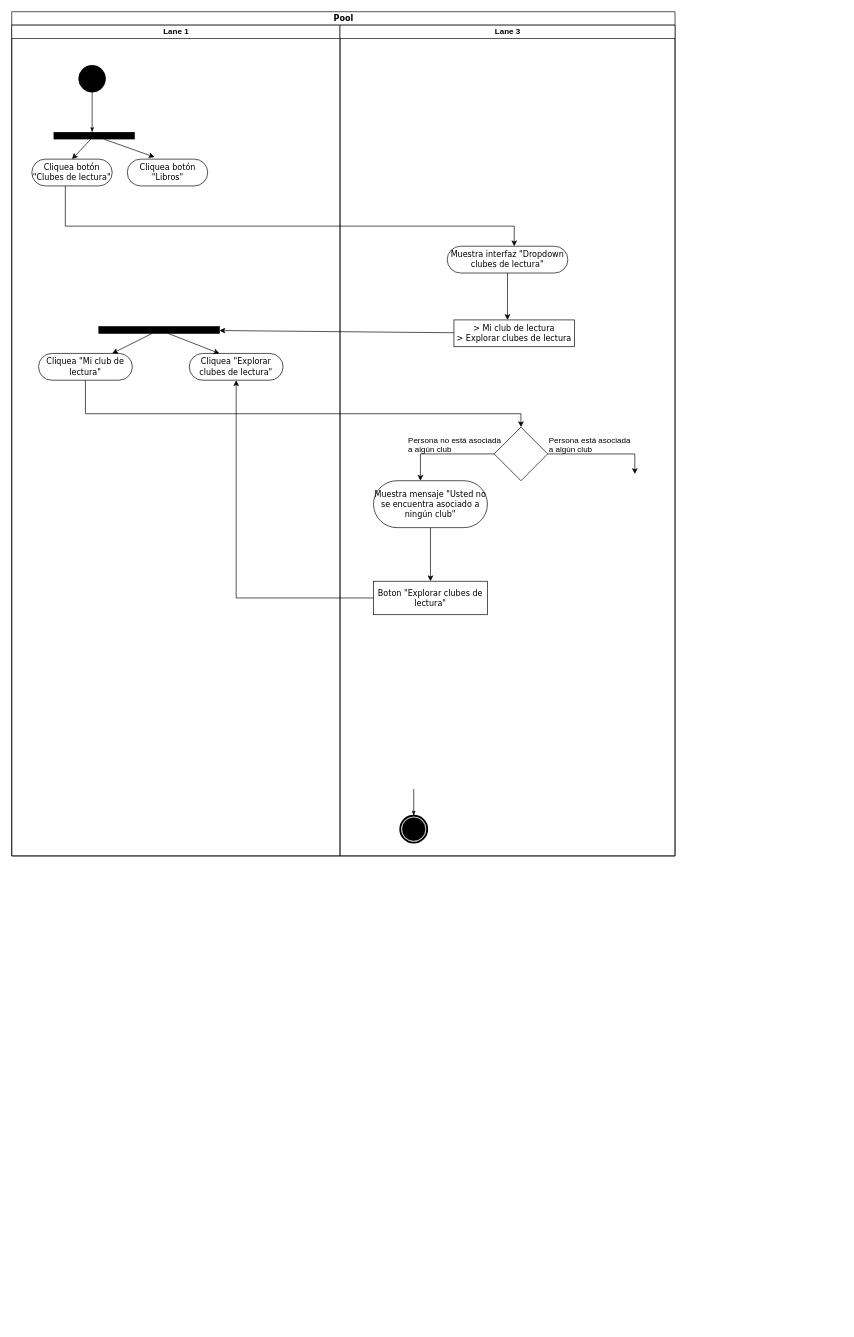
Above: DB I/BigActivity I Club Administration.drawio in NeutronBlast/IS-Ex (draw.io), before the change. Source tidied: cells renumbered, new cells numbered last; positions are measured from the earlier drawing's top-left corner, leaving out a move shared by most shapes. Both pictures are drawn from the tidied source at 67%, with x=0, y=0 at pixel (11, 11).
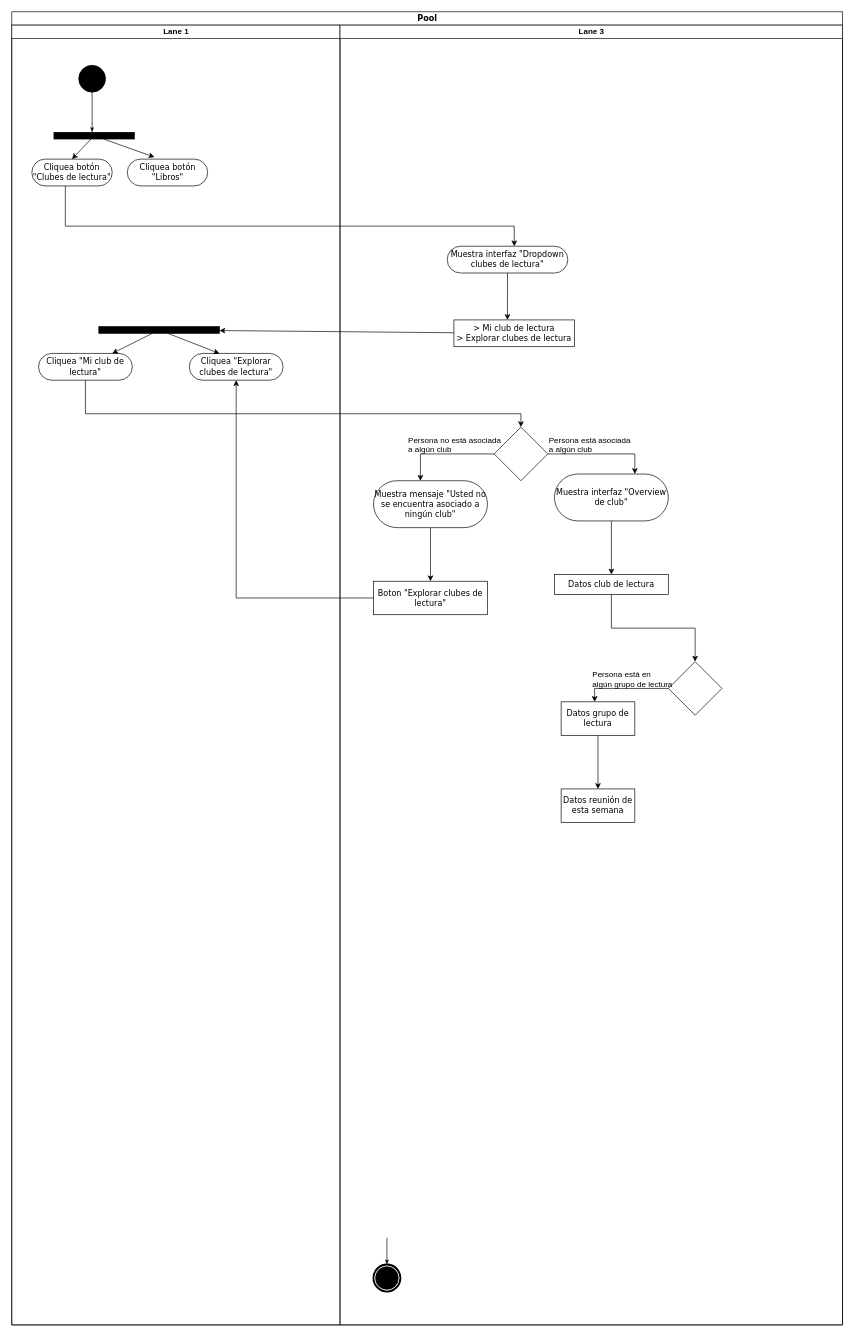
After the change.

What changed in the source:
```diff
@@
     <mxCell id="2" value="Pool" style="swimlane;html=1;startSize=20;rounded=0;shadow=0;comic=0;labelBackgroundColor=none;strokeColor=#000000;strokeWidth=1;fillColor=#ffffff;fontFamily=Verdana;fontSize=12;fontColor=#000000;align=center;" parent="1" vertex="1">
-      <mxGeometry width="990" height="1260" as="geometry" />
+      <mxGeometry width="1240" height="1960" as="geometry" />
     </mxCell>
@@
     <mxCell id="4" value="Lane 1" style="swimlane;html=1;startSize=20;" parent="2" vertex="1">
-      <mxGeometry y="20" width="490" height="1240" as="geometry" />
+      <mxGeometry y="20" width="490" height="1940" as="geometry" />
     </mxCell>
@@
     <mxCell id="14" value="Lane 3" style="swimlane;html=1;startSize=20;" parent="2" vertex="1">
-      <mxGeometry x="490" y="20" width="500" height="1240" as="geometry" />
+      <mxGeometry x="490" y="20" width="750" height="1940" as="geometry" />
     </mxCell>
     <mxCell id="15" style="edgeStyle=none;rounded=0;html=1;labelBackgroundColor=none;startArrow=none;startFill=0;startSize=5;endArrow=classicThin;endFill=1;endSize=5;jettySize=auto;strokeColor=#000000;strokeWidth=1;fontFamily=Verdana;fontSize=12;fontColor=#000000;" parent="14" edge="1" target="16">
       <mxGeometry relative="1" as="geometry">
-        <mxPoint x="110" y="1140" as="sourcePoint" />
+        <mxPoint x="70" y="1810" as="sourcePoint" />
       </mxGeometry>
     </mxCell>
     <mxCell id="16" style="shape=mxgraph.bpmn.shape;html=1;verticalLabelPosition=bottom;labelBackgroundColor=#ffffff;verticalAlign=top;perimeter=ellipsePerimeter;outline=end;symbol=terminate;rounded=0;shadow=0;comic=0;strokeColor=#000000;strokeWidth=1;fillColor=#ffffff;fontFamily=Verdana;fontSize=12;fontColor=#000000;align=center;" parent="14" vertex="1">
-      <mxGeometry x="90" y="1180" width="40" height="40" as="geometry" />
+      <mxGeometry x="50" y="1850" width="40" height="40" as="geometry" />
     </mxCell>
@@
+    <mxCell id="34" style="edgeStyle=orthogonalEdgeStyle;rounded=0;jettySize=auto;html=1;" parent="14" edge="1" source="35" target="37">
+      <mxGeometry relative="1" as="geometry" />
+    </mxCell>
+    <mxCell id="35" value="Muestra interfaz &quot;Overview de club&quot;" style="rounded=1;whiteSpace=wrap;html=1;shadow=0;comic=0;labelBackgroundColor=none;strokeColor=#000000;strokeWidth=1;fillColor=#ffffff;fontFamily=Verdana;fontSize=12;fontColor=#000000;align=center;arcSize=50;" parent="14" vertex="1">
+      <mxGeometry x="320" y="670" width="170" height="70" as="geometry" />
+    </mxCell>
+    <mxCell id="36" style="edgeStyle=orthogonalEdgeStyle;rounded=0;jettySize=auto;html=1;entryX=0.5;entryY=0;entryDx=0;entryDy=0;" parent="14" edge="1" source="37" target="38">
+      <mxGeometry relative="1" as="geometry" />
+    </mxCell>
+    <mxCell id="37" value="Datos club de lectura" style="rounded=0;whiteSpace=wrap;html=1;shadow=0;comic=0;labelBackgroundColor=none;strokeColor=#000000;strokeWidth=1;fillColor=#ffffff;fontFamily=Verdana;fontSize=12;fontColor=#000000;align=center;arcSize=50;" parent="14" vertex="1">
+      <mxGeometry x="320" y="820" width="170" height="30" as="geometry" />
+    </mxCell>
+    <mxCell id="38" style="rhombus;whiteSpace=wrap;html=1;rounded=0;fillColor=#FFFFFF;" parent="14" vertex="1">
+      <mxGeometry x="490" y="950" width="80" height="80" as="geometry" />
+    </mxCell>
+    <mxCell id="39" value="&lt;div&gt;Persona está en &lt;br&gt;&lt;/div&gt;&lt;div&gt;algún grupo de lectura&lt;br&gt;&lt;/div&gt;" style="text;html=1;align=left;verticalAlign=top;spacingTop=-4;" parent="14" vertex="1">
+      <mxGeometry x="375" y="960" width="130" height="30" as="geometry" />
+    </mxCell>
+    <mxCell id="40" style="edgeStyle=orthogonalEdgeStyle;rounded=0;jettySize=auto;html=1;" parent="14" edge="1" source="41" target="42">
+      <mxGeometry relative="1" as="geometry" />
+    </mxCell>
+    <mxCell id="41" value="Datos grupo de lectura" style="rounded=0;whiteSpace=wrap;html=1;shadow=0;comic=0;labelBackgroundColor=none;strokeColor=#000000;strokeWidth=1;fillColor=#ffffff;fontFamily=Verdana;fontSize=12;fontColor=#000000;align=center;arcSize=50;" parent="14" vertex="1">
+      <mxGeometry x="330" y="1010" width="110" height="50" as="geometry" />
+    </mxCell>
+    <mxCell id="42" value="Datos reunión de esta semana" style="rounded=0;whiteSpace=wrap;html=1;shadow=0;comic=0;labelBackgroundColor=none;strokeColor=#000000;strokeWidth=1;fillColor=#ffffff;fontFamily=Verdana;fontSize=12;fontColor=#000000;align=center;arcSize=50;" parent="14" vertex="1">
+      <mxGeometry x="330" y="1140" width="110" height="50" as="geometry" />
+    </mxCell>
@@
+    <mxCell id="43" style="edgeStyle=orthogonalEdgeStyle;rounded=0;jettySize=auto;html=1;exitX=0;exitY=0.5;exitDx=0;exitDy=0;" parent="1" edge="1" source="38">
+      <mxGeometry relative="1" as="geometry">
+        <mxPoint x="870" y="1030" as="targetPoint" />
+        <Array as="points">
+          <mxPoint x="870" y="1010" />
+        </Array>
+      </mxGeometry>
+    </mxCell>
```
